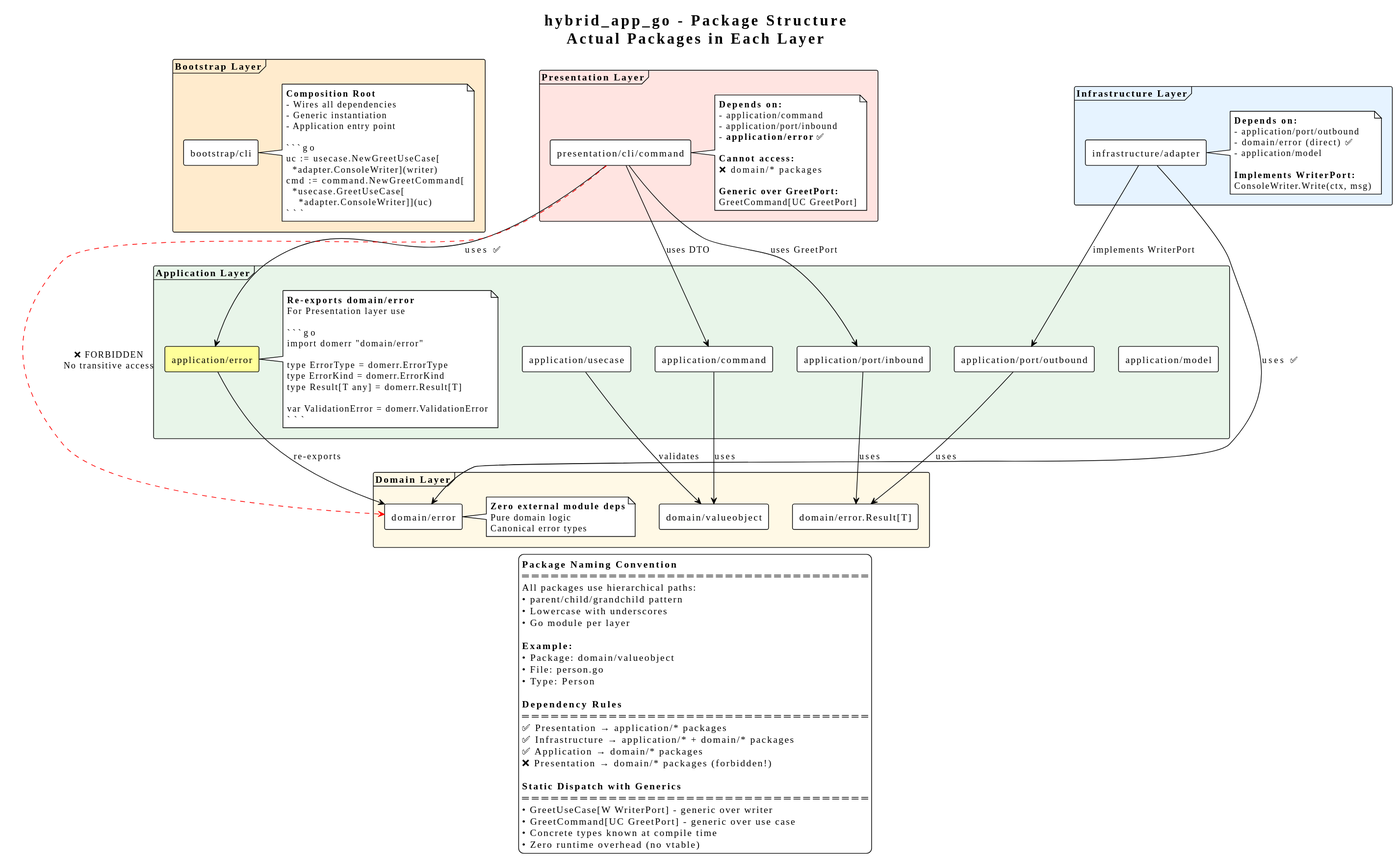
Above: docs/diagrams/package_structure.svg in abitofhelp/hybrid_app_go (PlantUML), before the change.
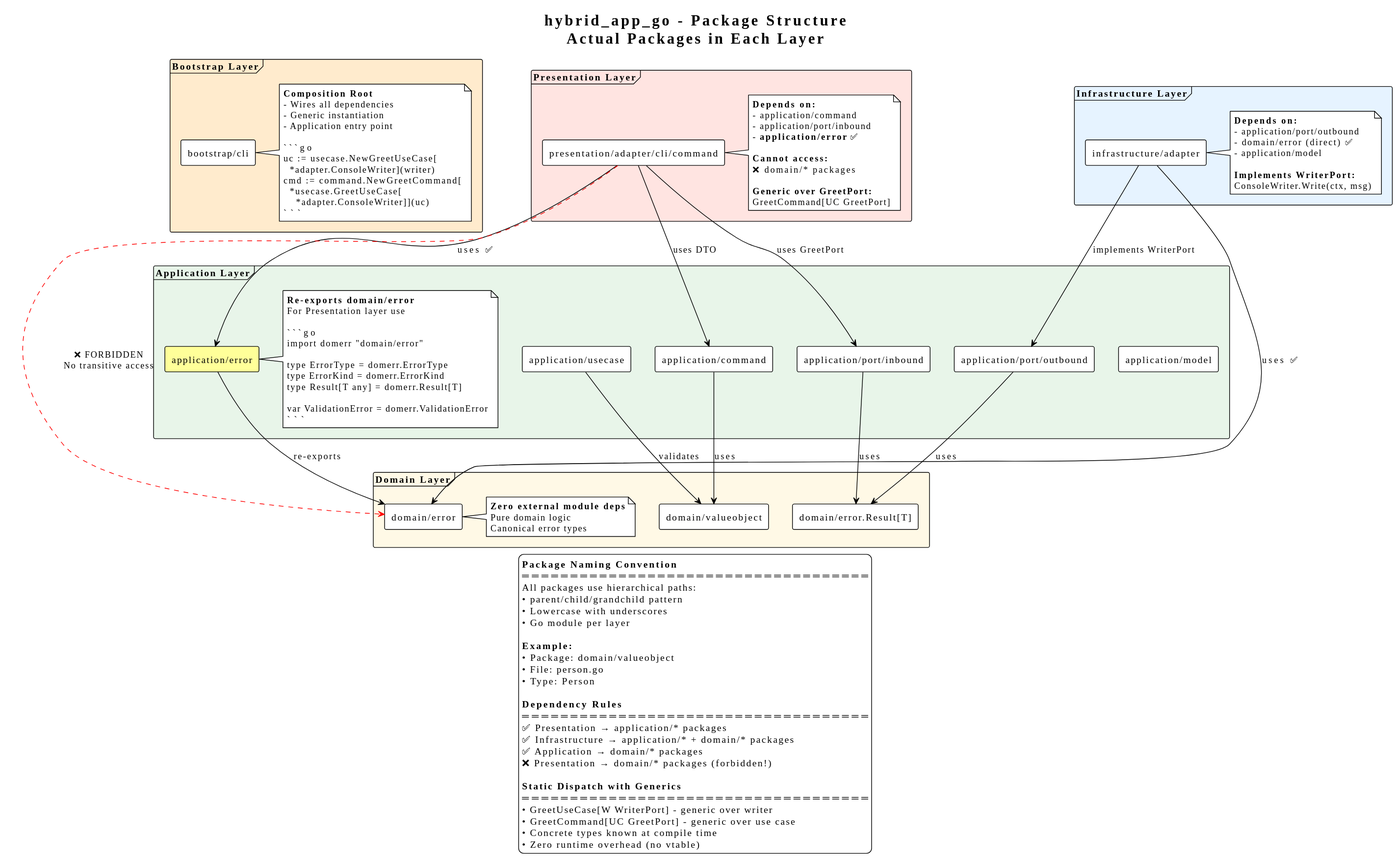
Above is the later version.

Commit message:
refactor: restructure presentation layer to presentation/adapter/cli/command

The edit, as a diff of the source:
```diff
@@ -23,7 +23,7 @@
 }
 
 frame "Presentation Layer" #FFE4E1 {
-  component "presentation/cli/command" as PresentationGreet
+  component "presentation/adapter/cli/command" as PresentationGreet
   note right of PresentationGreet
     **Depends on:**
     - application/command
```
